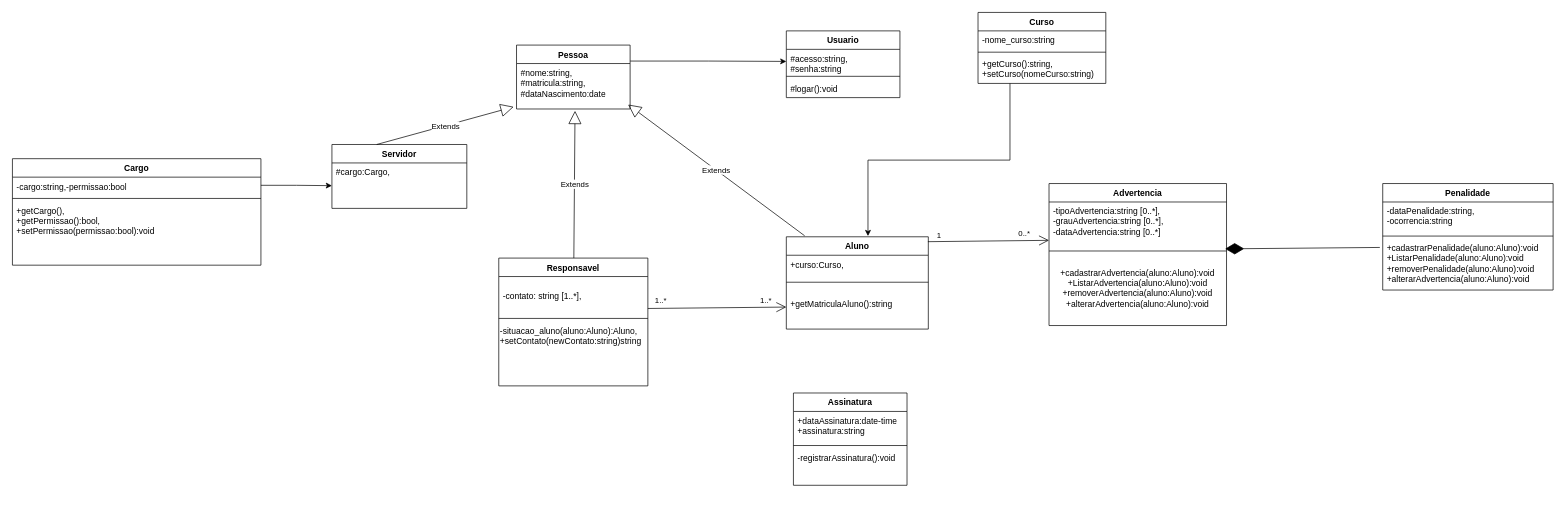
Before: identificaçãoclaasesemetodos.drawio in Gringol07/Problema.suap, a draw.io diagram. Source tidied: cells renumbered, new cells numbered last; positions are measured from the earlier drawing's top-left corner, leaving out a move shared by most shapes. Both pictures are drawn from the tidied source at 71%, with x=0, y=0 at pixel (12, 12).
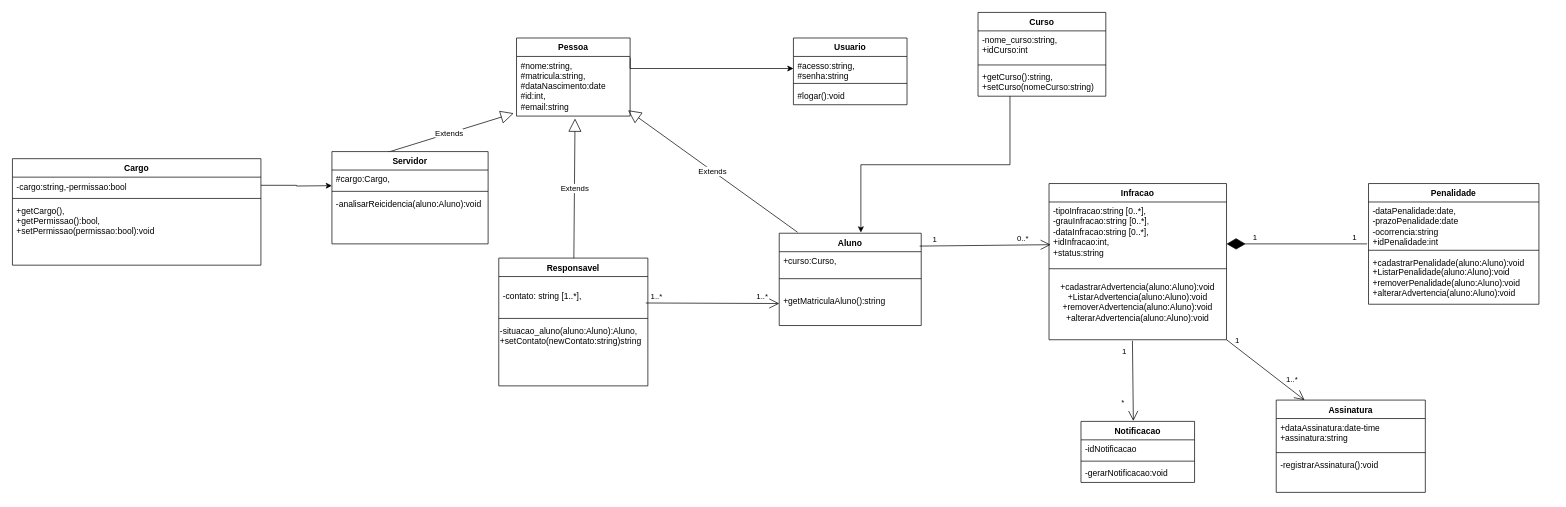
The same page after the edit.

The change refers to these unchanged cells:
```xml
<mxCell id="2" value="Responsavel" style="swimlane;fontStyle=1;align=center;verticalAlign=top;horizontal=1;startSize=26;whiteSpace=wrap;html=1;" parent="1" vertex="1">
  <mxGeometry x="685" y="346" width="210" height="180" as="geometry" />
</mxCell>
<mxCell id="13" value="&lt;br&gt;&lt;div&gt;+getMatriculaAluno():string&lt;/div&gt;" style="text;strokeColor=none;fillColor=none;align=left;verticalAlign=top;spacingLeft=4;spacingRight=4;overflow=hidden;points=[[0,0.5],[1,0.5]];portConstraint=eastwest;whiteSpace=wrap;html=1;" parent="10" vertex="1">
  <mxGeometry y="68" width="200" height="62" as="geometry" />
</mxCell>
<mxCell id="15" value="&lt;div&gt;#acesso:string,&lt;/div&gt;&lt;div&gt;#senha:string&lt;/div&gt;" style="text;strokeColor=none;fillColor=none;align=left;verticalAlign=top;spacingLeft=4;spacingRight=4;overflow=hidden;points=[[0,0.5],[1,0.5]];portConstraint=eastwest;whiteSpace=wrap;html=1;" parent="14" vertex="1">
  <mxGeometry y="26" width="160" height="34" as="geometry" />
</mxCell>
<mxCell id="40" value="Cargo" style="swimlane;fontStyle=1;align=center;verticalAlign=top;horizontal=1;startSize=26;whiteSpace=wrap;html=1;" parent="1" vertex="1">
  <mxGeometry y="206" width="350" height="150" as="geometry" />
</mxCell>
```

Diff of the diagram source:
```diff
@@
-    <mxCell id="3" value="&lt;br&gt;&lt;div&gt;-contato: string [1..*],&lt;/div&gt;" style="text;strokeColor=none;fillColor=none;align=left;verticalAlign=top;spacingLeft=4;spacingRight=4;overflow=hidden;points=[[0,0.5],[1,0.5]];portConstraint=eastwest;whiteSpace=wrap;html=1;" parent="2" vertex="1">
+    <mxCell id="3" value="&lt;br&gt;&lt;div&gt;-contato: string [1..*],&lt;/div&gt;&lt;div&gt;&lt;br&gt;&lt;/div&gt;" style="text;strokeColor=none;fillColor=none;align=left;verticalAlign=top;spacingLeft=4;spacingRight=4;overflow=hidden;points=[[0,0.5],[1,0.5]];portConstraint=eastwest;whiteSpace=wrap;html=1;" parent="2" vertex="1">
       <mxGeometry y="26" width="210" height="54" as="geometry" />
     </mxCell>
@@
     <mxCell id="6" value="&lt;div&gt;Penalidade&lt;/div&gt;" style="swimlane;fontStyle=1;align=center;verticalAlign=top;horizontal=1;startSize=26;whiteSpace=wrap;html=1;" parent="1" vertex="1">
-      <mxGeometry x="1930" y="241" width="240" height="150" as="geometry" />
+      <mxGeometry x="1910" y="241" width="240" height="170" as="geometry" />
     </mxCell>
-    <mxCell id="7" value="&lt;div&gt;-dataPenalidade:string,&lt;/div&gt;&lt;div&gt;-ocorrencia:string&lt;/div&gt;" style="text;strokeColor=none;fillColor=none;align=left;verticalAlign=top;spacingLeft=4;spacingRight=4;overflow=hidden;whiteSpace=wrap;html=1;" parent="6" vertex="1">
-      <mxGeometry y="26" width="240" height="44" as="geometry" />
+    <mxCell id="7" value="&lt;div&gt;-dataPenalidade:date,&lt;/div&gt;&lt;div&gt;-prazoPenalidade:date&lt;/div&gt;&lt;div&gt;-ocorrencia:string&lt;/div&gt;&lt;div&gt;+idPenalidade:int&lt;/div&gt;" style="text;strokeColor=none;fillColor=none;align=left;verticalAlign=top;spacingLeft=4;spacingRight=4;overflow=hidden;whiteSpace=wrap;html=1;" parent="6" vertex="1">
+      <mxGeometry y="26" width="240" height="64" as="geometry" />
     </mxCell>
     <mxCell id="8" style="line;strokeWidth=1;fillColor=none;align=left;verticalAlign=middle;spacingTop=-1;spacingLeft=3;spacingRight=3;labelPosition=right;strokeColor=inherit;" parent="6" vertex="1">
-      <mxGeometry y="70" width="240" height="8" as="geometry" />
+      <mxGeometry y="90" width="240" height="8" as="geometry" />
     </mxCell>
     <mxCell id="9" value="&lt;div&gt;+cadastrarPenalidade(aluno:Aluno):void&lt;/div&gt;&lt;div&gt;+ListarPenalidade(aluno:Aluno):void&lt;/div&gt;&lt;div&gt;+removerPenalidade(aluno:Aluno):void&lt;/div&gt;&lt;div&gt;&lt;div&gt;+alterarAdvertencia(aluno:Aluno):void&lt;/div&gt;&lt;br&gt;&lt;br&gt;&lt;/div&gt;" style="text;strokeColor=none;fillColor=none;align=left;verticalAlign=top;spacingLeft=4;spacingRight=4;overflow=hidden;points=[[0,0.5],[1,0.5]];portConstraint=eastwest;whiteSpace=wrap;html=1;" parent="6" vertex="1">
-      <mxGeometry y="78" width="240" height="72" as="geometry" />
+      <mxGeometry y="98" width="240" height="72" as="geometry" />
     </mxCell>
     <mxCell id="10" value="Aluno" style="swimlane;fontStyle=1;align=center;verticalAlign=top;horizontal=1;startSize=26;whiteSpace=wrap;html=1;" parent="1" vertex="1">
-      <mxGeometry x="1090" y="316" width="200" height="130" as="geometry" />
+      <mxGeometry x="1080" y="311" width="200" height="130" as="geometry" />
     </mxCell>
-    <mxCell id="11" value="&lt;div&gt;+curso:Curso,&lt;/div&gt;&lt;div&gt;&lt;br&gt;&lt;/div&gt;" style="text;strokeColor=none;fillColor=none;align=left;verticalAlign=top;spacingLeft=4;spacingRight=4;overflow=hidden;whiteSpace=wrap;html=1;" parent="10" vertex="1">
+    <mxCell id="11" value="&lt;div&gt;+curso:Curso,&lt;/div&gt;" style="text;strokeColor=none;fillColor=none;align=left;verticalAlign=top;spacingLeft=4;spacingRight=4;overflow=hidden;whiteSpace=wrap;html=1;" parent="10" vertex="1">
       <mxGeometry y="26" width="200" height="34" as="geometry" />
     </mxCell>
@@
     <mxCell id="14" value="Usuario" style="swimlane;fontStyle=1;align=center;verticalAlign=top;horizontal=1;startSize=26;whiteSpace=wrap;html=1;" parent="1" vertex="1">
-      <mxGeometry x="1090" y="26" width="160" height="94" as="geometry" />
+      <mxGeometry x="1100" y="36" width="160" height="94" as="geometry" />
     </mxCell>
@@
     <mxCell id="18" value="Curso" style="swimlane;fontStyle=1;align=center;verticalAlign=top;horizontal=1;startSize=26;whiteSpace=wrap;html=1;" parent="1" vertex="1">
-      <mxGeometry x="1360" width="180" height="100" as="geometry" />
+      <mxGeometry x="1360" width="180" height="118" as="geometry" />
     </mxCell>
-    <mxCell id="19" value="-nome_curso:string" style="text;strokeColor=none;fillColor=none;align=left;verticalAlign=top;spacingLeft=4;spacingRight=4;overflow=hidden;whiteSpace=wrap;html=1;" parent="18" vertex="1">
-      <mxGeometry y="26" width="180" height="26" as="geometry" />
+    <mxCell id="19" value="&lt;div&gt;-nome_curso:string,&lt;/div&gt;&lt;div&gt;+idCurso:int&lt;/div&gt;" style="text;strokeColor=none;fillColor=none;align=left;verticalAlign=top;spacingLeft=4;spacingRight=4;overflow=hidden;whiteSpace=wrap;html=1;" parent="18" vertex="1">
+      <mxGeometry y="26" width="180" height="44" as="geometry" />
     </mxCell>
     <mxCell id="20" style="line;strokeWidth=1;fillColor=none;align=left;verticalAlign=middle;spacingTop=-1;spacingLeft=3;spacingRight=3;labelPosition=right;strokeColor=inherit;" parent="18" vertex="1">
-      <mxGeometry y="52" width="180" height="8" as="geometry" />
+      <mxGeometry y="70" width="180" height="8" as="geometry" />
     </mxCell>
     <mxCell id="21" value="&lt;div&gt;+getCurso():string,&lt;/div&gt;&lt;div&gt;+setCurso(nomeCurso:string)&lt;/div&gt;" style="text;strokeColor=none;fillColor=none;align=left;verticalAlign=top;spacingLeft=4;spacingRight=4;overflow=hidden;whiteSpace=wrap;html=1;" parent="18" vertex="1">
-      <mxGeometry y="60" width="180" height="40" as="geometry" />
+      <mxGeometry y="78" width="180" height="40" as="geometry" />
     </mxCell>
-    <mxCell id="22" value="Advertencia" style="swimlane;fontStyle=1;align=center;verticalAlign=top;horizontal=1;startSize=26;whiteSpace=wrap;html=1;" parent="1" vertex="1">
-      <mxGeometry x="1460" y="241" width="250" height="200" as="geometry" />
+    <mxCell id="22" value="Infracao" style="swimlane;fontStyle=1;align=center;verticalAlign=top;horizontal=1;startSize=26;whiteSpace=wrap;html=1;" parent="1" vertex="1">
+      <mxGeometry x="1460" y="241" width="250" height="220" as="geometry" />
     </mxCell>
-    <mxCell id="23" value="&lt;div&gt;-tipoAdvertencia:string [0..*],&lt;/div&gt;&lt;div&gt;-grauAdvertencia:string [0..*],&lt;/div&gt;&lt;div&gt;-dataAdvertencia:string [0..*]&lt;/div&gt;" style="text;strokeColor=none;fillColor=none;align=left;verticalAlign=top;spacingLeft=4;spacingRight=4;overflow=hidden;points=[[0,0.5],[1,0.5]];portConstraint=eastwest;whiteSpace=wrap;html=1;" parent="22" vertex="1">
-      <mxGeometry y="26" width="250" height="54" as="geometry" />
+    <mxCell id="23" value="&lt;div&gt;-tipoInfracao:string [0..*],&lt;/div&gt;&lt;div&gt;-grauInfracao:string [0..*],&lt;/div&gt;&lt;div&gt;-dataInfracao:string [0..*],&lt;/div&gt;&lt;div&gt;+idInfracao:int,&lt;/div&gt;&lt;div&gt;+status:string&lt;/div&gt;" style="text;strokeColor=none;fillColor=none;align=left;verticalAlign=top;spacingLeft=4;spacingRight=4;overflow=hidden;points=[[0,0.5],[1,0.5]];portConstraint=eastwest;whiteSpace=wrap;html=1;" parent="22" vertex="1">
+      <mxGeometry y="26" width="250" height="84" as="geometry" />
     </mxCell>
     <mxCell id="24" style="line;strokeWidth=1;fillColor=none;align=left;verticalAlign=middle;spacingTop=-1;spacingLeft=3;spacingRight=3;labelPosition=right;points=[];portConstraint=eastwest;strokeColor=inherit;" parent="22" vertex="1">
-      <mxGeometry y="80" width="250" height="30" as="geometry" />
+      <mxGeometry y="110" width="250" height="20" as="geometry" />
     </mxCell>
     <mxCell id="25" value="&lt;div&gt;+cadastrarAdvertencia(aluno:Aluno):void&lt;/div&gt;&lt;div&gt;+ListarAdvertencia(aluno:Aluno):void&lt;/div&gt;&lt;div&gt;+removerAdvertencia(aluno:Aluno):void&lt;/div&gt;&lt;div&gt;+alterarAdvertencia(aluno:Aluno):void&lt;/div&gt;&lt;div&gt;&lt;br&gt;&lt;/div&gt;" style="text;html=1;whiteSpace=wrap;strokeColor=none;fillColor=none;align=center;verticalAlign=middle;rounded=0;" parent="22" vertex="1">
-      <mxGeometry y="110" width="250" height="90" as="geometry" />
+      <mxGeometry y="130" width="250" height="90" as="geometry" />
     </mxCell>
@@
-    <mxCell id="28" value="Servidor" style="swimlane;fontStyle=1;align=center;verticalAlign=top;horizontal=1;startSize=26;whiteSpace=wrap;html=1;" parent="1" vertex="1">
-      <mxGeometry x="450" y="186" width="190" height="90" as="geometry" />
-    </mxCell>
-    <mxCell id="29" value="&lt;div&gt;#cargo:Cargo,&lt;/div&gt;" style="text;strokeColor=none;fillColor=none;align=left;verticalAlign=top;spacingLeft=4;spacingRight=4;overflow=hidden;points=[[0,0.5],[1,0.5]];portConstraint=eastwest;whiteSpace=wrap;html=1;" parent="28" vertex="1">
-      <mxGeometry y="26" width="190" height="64" as="geometry" />
-    </mxCell>
-    <mxCell id="30" style="endArrow=open;endFill=1;endSize=12;html=1;rounded=0;entryX=0;entryY=0.5;entryDx=0;entryDy=0;exitX=1;exitY=0.833;exitDx=0;exitDy=0;exitPerimeter=0;" parent="1" edge="1" source="3" target="13">
+    <mxCell id="30" style="endArrow=open;endFill=1;endSize=12;html=1;rounded=0;entryX=0;entryY=0.5;entryDx=0;entryDy=0;exitX=0.986;exitY=0.69;exitDx=0;exitDy=0;exitPerimeter=0;" parent="1" edge="1" source="3" target="13">
       <mxGeometry relative="1" as="geometry" />
     </mxCell>
@@
-    <mxCell id="33" style="endArrow=open;endFill=1;endSize=12;html=1;rounded=0;entryX=0;entryY=1;entryDx=0;entryDy=0;entryPerimeter=0;exitX=0.997;exitY=0.053;exitDx=0;exitDy=0;exitPerimeter=0;" parent="1" edge="1" source="10" target="23">
-      <mxGeometry relative="1" as="geometry" />
+    <mxCell id="33" style="endArrow=open;endFill=1;endSize=12;html=1;rounded=0;entryX=0.009;entryY=0.716;entryDx=0;entryDy=0;entryPerimeter=0;" parent="1" edge="1" target="23">
+      <mxGeometry relative="1" as="geometry">
+        <mxPoint x="1277.8" y="329.1" as="sourcePoint" />
+      </mxGeometry>
     </mxCell>
@@
     <mxCell id="36" style="edgeStyle=orthogonalEdgeStyle;rounded=0;jettySize=auto;html=1;exitX=1;exitY=0.25;exitDx=0;exitDy=0;" parent="1" edge="1" source="37" target="15">
-      <mxGeometry relative="1" as="geometry" />
+      <mxGeometry relative="1" as="geometry">
+        <Array as="points">
+          <mxPoint x="870" y="79" />
+        </Array>
+      </mxGeometry>
     </mxCell>
     <mxCell id="37" value="Pessoa" style="swimlane;fontStyle=1;align=center;verticalAlign=top;horizontal=1;startSize=26;whiteSpace=wrap;html=1;" parent="1" vertex="1">
-      <mxGeometry x="710" y="46" width="160" height="90" as="geometry" />
+      <mxGeometry x="710" y="36" width="160" height="110" as="geometry" />
     </mxCell>
-    <mxCell id="38" value="&lt;div&gt;#nome:string,&lt;/div&gt;&lt;div&gt;#matricula:string,&lt;/div&gt;&lt;div&gt;#dataNascimento:date&lt;/div&gt;" style="text;strokeColor=none;fillColor=none;align=left;verticalAlign=top;spacingLeft=4;spacingRight=4;overflow=hidden;points=[[0,0.5],[1,0.5]];portConstraint=eastwest;whiteSpace=wrap;html=1;" parent="37" vertex="1">
-      <mxGeometry y="26" width="160" height="64" as="geometry" />
+    <mxCell id="38" value="&lt;div&gt;#nome:string,&lt;/div&gt;&lt;div&gt;#matricula:string,&lt;/div&gt;&lt;div&gt;#dataNascimento:date&lt;/div&gt;&lt;div&gt;#id:int,&lt;/div&gt;&lt;div&gt;#email:string&lt;/div&gt;&lt;div&gt;&lt;br&gt;&lt;/div&gt;" style="text;strokeColor=none;fillColor=none;align=left;verticalAlign=top;spacingLeft=4;spacingRight=4;overflow=hidden;points=[[0,0.5],[1,0.5]];portConstraint=eastwest;whiteSpace=wrap;html=1;" parent="37" vertex="1">
+      <mxGeometry y="26" width="160" height="84" as="geometry" />
     </mxCell>
-    <mxCell id="39" style="edgeStyle=orthogonalEdgeStyle;rounded=0;jettySize=auto;html=1;exitX=1;exitY=0.25;exitDx=0;exitDy=0;" parent="1" edge="1" source="40" target="29">
-      <mxGeometry relative="1" as="geometry" />
+    <mxCell id="39" style="edgeStyle=orthogonalEdgeStyle;rounded=0;jettySize=auto;html=1;exitX=1;exitY=0.25;exitDx=0;exitDy=0;" parent="1" edge="1" source="40">
+      <mxGeometry relative="1" as="geometry">
+        <mxPoint x="450" y="244" as="targetPoint" />
+      </mxGeometry>
     </mxCell>
@@
+    <mxCell id="48" value="Extends" style="endArrow=block;endSize=16;endFill=0;html=1;rounded=0;entryX=-0.025;entryY=0.953;entryDx=0;entryDy=0;entryPerimeter=0;exitX=0.339;exitY=0.017;exitDx=0;exitDy=0;exitPerimeter=0;" parent="1" edge="1" source="28" target="38">
+      <mxGeometry relative="1" as="geometry" />
+    </mxCell>
+    <mxCell id="49" style="edgeStyle=orthogonalEdgeStyle;rounded=0;jettySize=auto;html=1;exitX=0.25;exitY=1;exitDx=0;exitDy=0;entryX=0.575;entryY=-0.008;entryDx=0;entryDy=0;entryPerimeter=0;" parent="1" edge="1" source="18" target="10">
+      <mxGeometry relative="1" as="geometry" />
+    </mxCell>
+    <mxCell id="50" style="endArrow=diamondThin;endFill=1;endSize=24;html=1;rounded=0;" parent="1" edge="1">
+      <mxGeometry relative="1" as="geometry">
+        <mxPoint x="1908" y="326" as="sourcePoint" />
+        <mxPoint x="1710" y="326" as="targetPoint" />
+      </mxGeometry>
+    </mxCell>
+    <mxCell id="51" value="1" style="edgeLabel;html=1;align=center;verticalAlign=middle;" parent="50" vertex="1">
+      <mxGeometry x="0.5" y="1" relative="1" as="geometry">
+        <mxPoint x="-10" y="-11" as="offset" />
+      </mxGeometry>
+    </mxCell>
+    <mxCell id="52" value="1" style="edgeLabel;html=1;align=center;verticalAlign=middle;" parent="50" vertex="1">
+      <mxGeometry x="-0.81" y="-3" relative="1" as="geometry">
+        <mxPoint y="-7" as="offset" />
+      </mxGeometry>
+    </mxCell>
+    <mxCell id="53" value="Notificacao" style="swimlane;fontStyle=1;align=center;verticalAlign=top;horizontal=1;startSize=26;whiteSpace=wrap;html=1;" parent="1" vertex="1">
+      <mxGeometry x="1505" y="576" width="160" height="86" as="geometry" />
+    </mxCell>
+    <mxCell id="54" value="-idNotificacao" style="text;strokeColor=none;fillColor=none;align=left;verticalAlign=top;spacingLeft=4;spacingRight=4;overflow=hidden;whiteSpace=wrap;html=1;" parent="53" vertex="1">
+      <mxGeometry y="26" width="160" height="26" as="geometry" />
+    </mxCell>
+    <mxCell id="55" style="line;strokeWidth=1;fillColor=none;align=left;verticalAlign=middle;spacingTop=-1;spacingLeft=3;spacingRight=3;labelPosition=right;strokeColor=inherit;" parent="53" vertex="1">
+      <mxGeometry y="52" width="160" height="8" as="geometry" />
+    </mxCell>
+    <mxCell id="56" value="-gerarNotificacao:void" style="text;strokeColor=none;fillColor=none;align=left;verticalAlign=top;spacingLeft=4;spacingRight=4;overflow=hidden;whiteSpace=wrap;html=1;" parent="53" vertex="1">
+      <mxGeometry y="60" width="160" height="26" as="geometry" />
+    </mxCell>
+    <mxCell id="57" style="endArrow=open;endFill=1;endSize=12;html=1;rounded=0;entryX=0.461;entryY=-0.007;entryDx=0;entryDy=0;entryPerimeter=0;exitX=0.47;exitY=1.016;exitDx=0;exitDy=0;exitPerimeter=0;" parent="1" edge="1" source="25" target="53">
+      <mxGeometry relative="1" as="geometry" />
+    </mxCell>
+    <mxCell id="58" value="1" style="edgeLabel;html=1;align=center;verticalAlign=middle;" parent="57" vertex="1">
+      <mxGeometry x="-0.74" y="-2" relative="1" as="geometry">
+        <mxPoint x="-10" as="offset" />
+      </mxGeometry>
+    </mxCell>
+    <mxCell id="59" value="&lt;div&gt;*&lt;/div&gt;" style="edgeLabel;html=1;align=center;verticalAlign=middle;" parent="57" vertex="1">
+      <mxGeometry x="0.72" relative="1" as="geometry">
+        <mxPoint x="-15" y="-10" as="offset" />
+      </mxGeometry>
+    </mxCell>
+    <mxCell id="28" value="Servidor" style="swimlane;fontStyle=1;align=center;verticalAlign=top;horizontal=1;startSize=26;whiteSpace=wrap;html=1;" parent="1" vertex="1">
+      <mxGeometry x="450" y="196" width="220" height="130" as="geometry" />
+    </mxCell>
+    <mxCell id="29" value="&lt;div&gt;#cargo:Cargo,&lt;/div&gt;" style="text;strokeColor=none;fillColor=none;align=left;verticalAlign=top;spacingLeft=4;spacingRight=4;overflow=hidden;points=[[0,0.5],[1,0.5]];portConstraint=eastwest;whiteSpace=wrap;html=1;" parent="28" vertex="1">
+      <mxGeometry y="26" width="220" height="26" as="geometry" />
+    </mxCell>
+    <mxCell id="60" style="line;strokeWidth=1;fillColor=none;align=left;verticalAlign=middle;spacingTop=-1;spacingLeft=3;spacingRight=3;labelPosition=right;strokeColor=inherit;" parent="28" vertex="1">
+      <mxGeometry y="52" width="220" height="8" as="geometry" />
+    </mxCell>
+    <mxCell id="61" value="-analisarReicidencia(aluno:Aluno):void" style="text;strokeColor=none;fillColor=none;align=left;verticalAlign=top;spacingLeft=4;spacingRight=4;overflow=hidden;whiteSpace=wrap;html=1;" parent="28" vertex="1">
+      <mxGeometry y="60" width="220" height="70" as="geometry" />
+    </mxCell>
     <mxCell id="44" value="Assinatura" style="swimlane;fontStyle=1;align=center;verticalAlign=top;horizontal=1;startSize=26;whiteSpace=wrap;html=1;" parent="1" vertex="1">
-      <mxGeometry x="1100" y="536" width="160" height="130" as="geometry" />
+      <mxGeometry x="1780" y="546" width="210" height="130" as="geometry" />
     </mxCell>
     <mxCell id="45" value="&lt;div&gt;+dataAssinatura:date-time&lt;/div&gt;+assinatura:string" style="text;strokeColor=none;fillColor=none;align=left;verticalAlign=top;spacingLeft=4;spacingRight=4;overflow=hidden;whiteSpace=wrap;html=1;" parent="44" vertex="1">
-      <mxGeometry y="26" width="160" height="44" as="geometry" />
+      <mxGeometry y="26" width="210" height="44" as="geometry" />
     </mxCell>
     <mxCell id="46" style="line;strokeWidth=1;fillColor=none;align=left;verticalAlign=middle;spacingTop=-1;spacingLeft=3;spacingRight=3;labelPosition=right;strokeColor=inherit;" parent="44" vertex="1">
-      <mxGeometry y="70" width="160" height="8" as="geometry" />
+      <mxGeometry y="70" width="210" height="8" as="geometry" />
     </mxCell>
     <mxCell id="47" value="-registrarAssinatura():void" style="text;strokeColor=none;fillColor=none;align=left;verticalAlign=top;spacingLeft=4;spacingRight=4;overflow=hidden;whiteSpace=wrap;html=1;" parent="44" vertex="1">
-      <mxGeometry y="78" width="160" height="52" as="geometry" />
+      <mxGeometry y="78" width="210" height="52" as="geometry" />
     </mxCell>
-    <mxCell id="48" value="Extends" style="endArrow=block;endSize=16;endFill=0;html=1;rounded=0;entryX=-0.025;entryY=0.953;entryDx=0;entryDy=0;entryPerimeter=0;exitX=0.332;exitY=0;exitDx=0;exitDy=0;exitPerimeter=0;" parent="1" edge="1" source="28" target="38">
-      <mxGeometry relative="1" as="geometry" />
-    </mxCell>
-    <mxCell id="49" style="edgeStyle=orthogonalEdgeStyle;rounded=0;jettySize=auto;html=1;exitX=0.25;exitY=1;exitDx=0;exitDy=0;entryX=0.575;entryY=-0.008;entryDx=0;entryDy=0;entryPerimeter=0;" parent="1" edge="1" source="18" target="10">
-      <mxGeometry relative="1" as="geometry" />
-    </mxCell>
-    <mxCell id="50" style="endArrow=diamondThin;endFill=1;endSize=24;html=1;rounded=0;exitX=-0.017;exitY=0.167;exitDx=0;exitDy=0;exitPerimeter=0;entryX=0.992;entryY=0.4;entryDx=0;entryDy=0;entryPerimeter=0;" parent="1" edge="1" source="9" target="24">
-      <mxGeometry relative="1" as="geometry" />
-    </mxCell>
+    <mxCell id="62" style="endArrow=open;endFill=1;endSize=12;html=1;rounded=0;exitX=1;exitY=1;exitDx=0;exitDy=0;entryX=0.19;entryY=0;entryDx=0;entryDy=0;entryPerimeter=0;" parent="1" edge="1" source="22" target="44">
+      <mxGeometry relative="1" as="geometry" />
+    </mxCell>
+    <mxCell id="63" value="1" style="edgeLabel;html=1;align=center;verticalAlign=middle;" parent="62" vertex="1">
+      <mxGeometry x="-0.76" y="1" relative="1" as="geometry">
+        <mxPoint y="-9" as="offset" />
+      </mxGeometry>
+    </mxCell>
+    <mxCell id="64" value="1..*" style="edgeLabel;html=1;align=center;verticalAlign=middle;" parent="62" vertex="1">
+      <mxGeometry x="0.65" y="1" relative="1" as="geometry">
+        <mxPoint y="-14" as="offset" />
+      </mxGeometry>
+    </mxCell>
```
